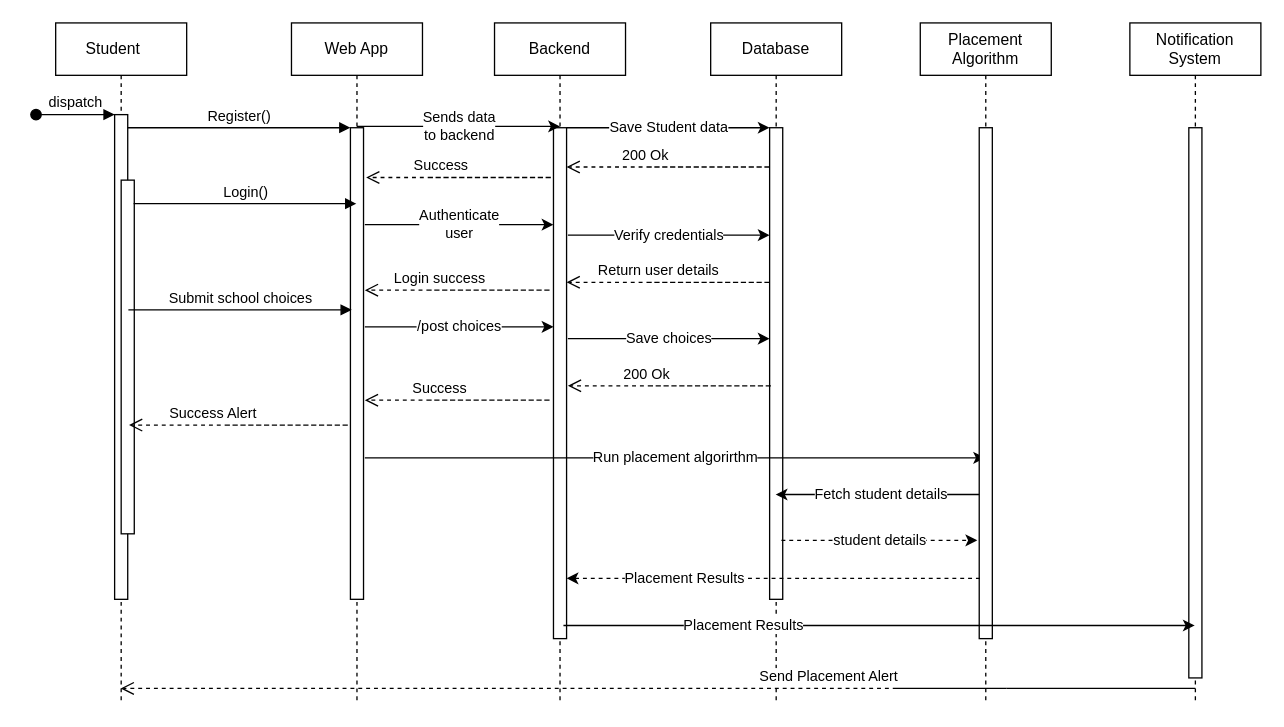
Above: sequence-diagram.drawio in AshongAbdallah06/AshongAbdallah06.github.io (draw.io), before the change. Source tidied: cells renumbered, new cells numbered last; positions are measured from the earlier drawing's top-left corner, leaving out a move shared by most shapes. Both pictures are drawn from the tidied source at 131%, with x=0, y=0 at pixel (35, 22).
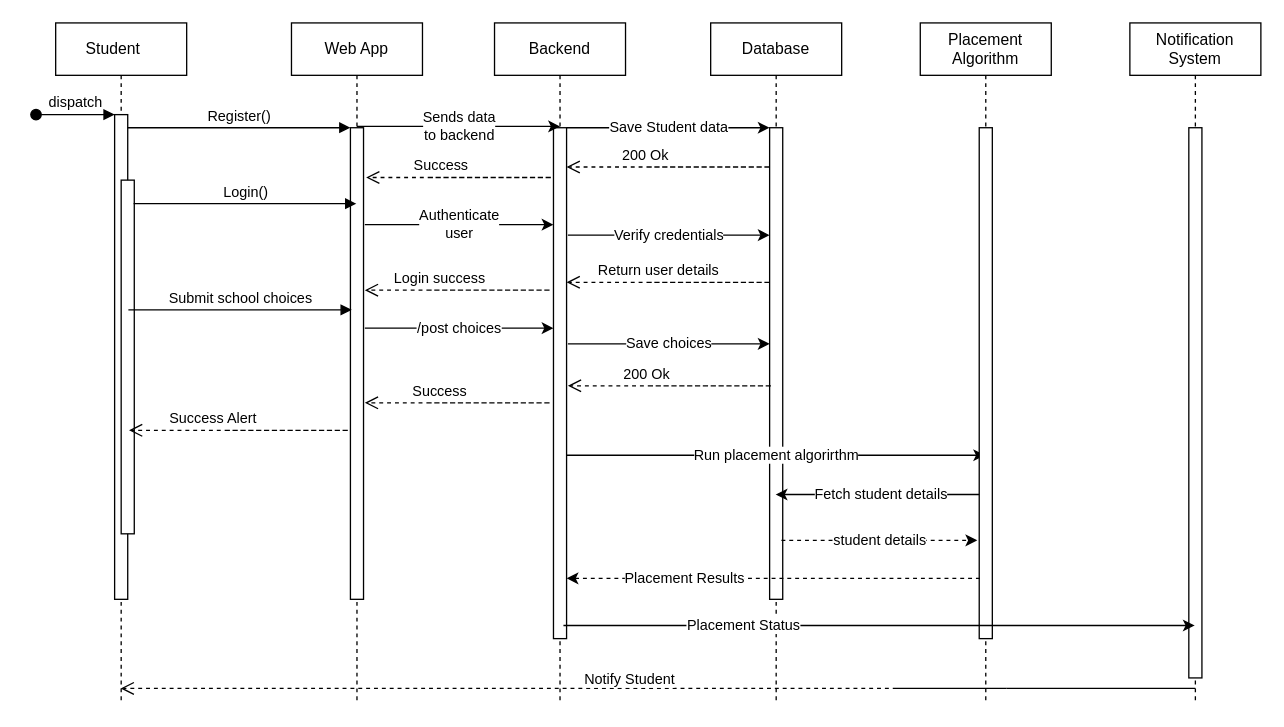
The same diagram, later.

The change refers to these unchanged cells:
```xml
<mxCell id="11" value="Notification System" style="shape=umlLifeline;perimeter=lifelinePerimeter;whiteSpace=wrap;html=1;outlineConnect=0;portConstraint=eastwest;newEdgeStyle={&quot;edgeStyle&quot;:&quot;elbowEdgeStyle&quot;,&quot;elbow&quot;:&quot;vertical&quot;,&quot;curved&quot;:0,&quot;rounded&quot;:0};" parent="1" vertex="1">
  <mxGeometry x="835" width="100" height="520" as="geometry" />
</mxCell>
<mxCell id="33" value="Placement Algorithm" style="shape=umlLifeline;perimeter=lifelinePerimeter;whiteSpace=wrap;html=1;outlineConnect=0;portConstraint=eastwest;newEdgeStyle={&quot;edgeStyle&quot;:&quot;elbowEdgeStyle&quot;,&quot;elbow&quot;:&quot;vertical&quot;,&quot;curved&quot;:0,&quot;rounded&quot;:0};" parent="1" vertex="1">
  <mxGeometry x="675" width="100" height="520" as="geometry" />
</mxCell>
```

Change to the diagram source:
```diff
@@
     <mxCell id="25" value="/post choices" style="endArrow=classic;html=1;rounded=0;" parent="1" edge="1">
       <mxGeometry relative="1" as="geometry">
-        <mxPoint x="251" y="232" as="sourcePoint" />
-        <mxPoint x="395" y="232" as="targetPoint" />
+        <mxPoint x="251" y="233" as="sourcePoint" />
+        <mxPoint x="395" y="233" as="targetPoint" />
       </mxGeometry>
     </mxCell>
     <mxCell id="26" value="Save choices" style="endArrow=classic;html=1;rounded=0;" parent="1" edge="1">
       <mxGeometry relative="1" as="geometry">
-        <mxPoint x="406" y="241" as="sourcePoint" />
-        <mxPoint x="560" y="241" as="targetPoint" />
+        <mxPoint x="406" y="245" as="sourcePoint" />
+        <mxPoint x="560" y="245" as="targetPoint" />
       </mxGeometry>
     </mxCell>
@@
     <mxCell id="28" value="Success" style="html=1;verticalAlign=bottom;endArrow=open;dashed=1;endSize=8;edgeStyle=elbowEdgeStyle;elbow=horizontal;curved=0;rounded=0;" parent="1" edge="1">
       <mxGeometry x="0.52" relative="1" as="geometry">
-        <mxPoint x="299" y="288" as="sourcePoint" />
-        <mxPoint x="251" y="288" as="targetPoint" />
+        <mxPoint x="299" y="290" as="sourcePoint" />
+        <mxPoint x="251" y="290" as="targetPoint" />
         <Array as="points">
-          <mxPoint x="393" y="288" />
+          <mxPoint x="393" y="290" />
         </Array>
       </mxGeometry>
     </mxCell>
     <mxCell id="29" value="Success Alert" style="html=1;verticalAlign=bottom;endArrow=open;dashed=1;endSize=8;edgeStyle=elbowEdgeStyle;elbow=horizontal;curved=0;rounded=0;" parent="1" edge="1">
       <mxGeometry x="0.51" relative="1" as="geometry">
-        <mxPoint x="145" y="307" as="sourcePoint" />
-        <mxPoint x="71" y="307" as="targetPoint" />
+        <mxPoint x="145" y="311" as="sourcePoint" />
+        <mxPoint x="71" y="311" as="targetPoint" />
         <Array as="points">
-          <mxPoint x="239" y="307" />
+          <mxPoint x="239" y="311" />
         </Array>
       </mxGeometry>
     </mxCell>
     <mxCell id="30" value="Run placement&amp;nbsp;&lt;span style=&quot;background-color: light-dark(#ffffff, var(--ge-dark-color, #121212)); color: light-dark(rgb(0, 0, 0), rgb(255, 255, 255));&quot;&gt;algorirthm&lt;/span&gt;" style="endArrow=classic;html=1;rounded=0;" parent="1" edge="1" target="33">
       <mxGeometry relative="1" as="geometry">
-        <mxPoint x="251" y="332" as="sourcePoint" />
+        <mxPoint x="405" y="330" as="sourcePoint" />
       </mxGeometry>
     </mxCell>
@@
-    <mxCell id="32" value="Send Placement Alert" style="html=1;verticalAlign=bottom;endArrow=open;dashed=1;endSize=8;edgeStyle=elbowEdgeStyle;elbow=horizontal;curved=0;rounded=0;" parent="1" edge="1">
-      <mxGeometry x="-0.03" relative="1" as="geometry">
+    <mxCell id="32" value="Notify Student" style="html=1;verticalAlign=bottom;endArrow=open;dashed=1;endSize=8;edgeStyle=elbowEdgeStyle;elbow=horizontal;curved=0;rounded=0;" parent="1" edge="1">
+      <mxGeometry x="0.26" y="2" relative="1" as="geometry">
         <mxPoint x="657" y="508" as="sourcePoint" />
         <mxPoint x="64.6" y="508" as="targetPoint" />
         <Array as="points">
           <mxPoint x="885" y="500" />
         </Array>
       </mxGeometry>
     </mxCell>
@@
-    <mxCell id="37" value="Placement Results" style="endArrow=classic;html=1;rounded=0;" parent="1" edge="1" target="11">
+    <mxCell id="37" value="Placement Status" style="endArrow=classic;html=1;rounded=0;" parent="1" edge="1" target="11">
       <mxGeometry x="-0.43" relative="1" as="geometry">
         <mxPoint x="402.6" y="460" as="sourcePoint" />
       </mxGeometry>
     </mxCell>
```
